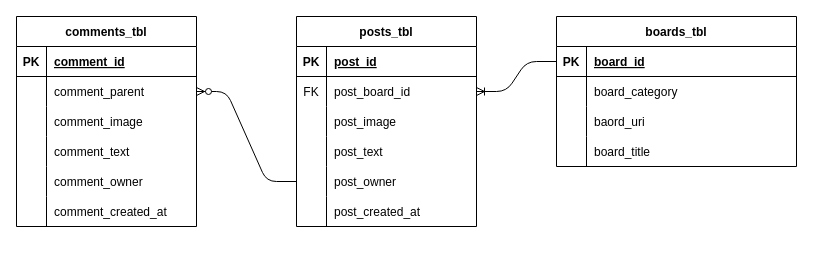
The draw.io diagram miscellaneous/database/er-model/zooei.drawio in castroitalo/zooei, before the edit. Source tidied: cells renumbered, new cells numbered last; positions are measured from the earlier drawing's top-left corner, leaving out a move shared by most shapes. Both pictures are drawn from the tidied source at 100%, with x=0, y=0 at pixel (16, 16).
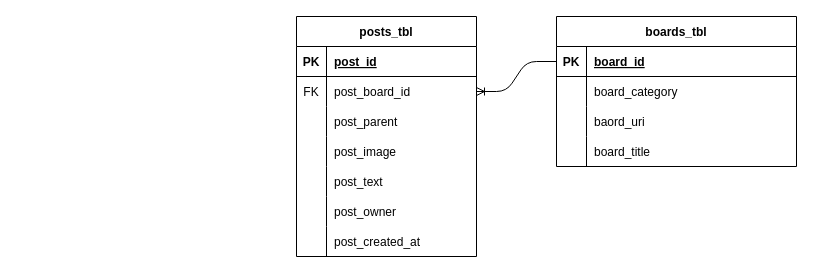
The same diagram, later.

Diff of the diagram source:
```diff
@@
     <mxCell id="15" value="posts_tbl" style="shape=table;startSize=30;childLayout=tableLayout;rowLines=0;fontStyle=1;align=center;" parent="1" vertex="1">
-      <mxGeometry x="280" width="180" height="210" as="geometry" />
+      <mxGeometry x="280" width="180" height="240" as="geometry" />
     </mxCell>
@@
+    <mxCell id="42" style="shape=tableRow;horizontal=0;startSize=0;swimlaneHead=0;swimlaneBody=0;fillColor=none;top=0;left=0;right=0;bottom=0;" parent="15" vertex="1">
+      <mxGeometry y="90" width="180" height="30" as="geometry" />
+    </mxCell>
+    <mxCell id="55" style="shape=partialRectangle;fillColor=none;top=0;left=0;bottom=0;right=0;overflow=hidden;" parent="42" vertex="1">
+      <mxGeometry width="30" height="30" as="geometry" />
+    </mxCell>
+    <mxCell id="56" value="post_parent" style="shape=partialRectangle;fillColor=none;top=0;left=0;bottom=0;right=0;align=left;spacingLeft=6;overflow=hidden;" parent="42" vertex="1">
+      <mxGeometry x="30" width="150" height="30" as="geometry" />
+    </mxCell>
     <mxCell id="22" style="shape=tableRow;horizontal=0;startSize=0;swimlaneHead=0;swimlaneBody=0;fillColor=none;top=0;left=0;right=0;bottom=0;" parent="15" vertex="1">
-      <mxGeometry y="90" width="180" height="30" as="geometry" />
+      <mxGeometry y="120" width="180" height="30" as="geometry" />
     </mxCell>
@@
     <mxCell id="25" style="shape=tableRow;horizontal=0;startSize=0;swimlaneHead=0;swimlaneBody=0;fillColor=none;top=0;left=0;right=0;bottom=0;" parent="15" vertex="1">
-      <mxGeometry y="120" width="180" height="30" as="geometry" />
+      <mxGeometry y="150" width="180" height="30" as="geometry" />
     </mxCell>
@@
     <mxCell id="28" style="shape=tableRow;horizontal=0;startSize=0;swimlaneHead=0;swimlaneBody=0;fillColor=none;points=[[0,0.5],[1,0.5]];portConstraint=eastwest;top=0;left=0;right=0;bottom=0;" parent="15" vertex="1">
-      <mxGeometry y="150" width="180" height="30" as="geometry" />
+      <mxGeometry y="180" width="180" height="30" as="geometry" />
     </mxCell>
@@
     <mxCell id="31" style="shape=tableRow;horizontal=0;startSize=0;swimlaneHead=0;swimlaneBody=0;fillColor=none;top=0;left=0;right=0;bottom=0;" parent="15" vertex="1">
-      <mxGeometry y="180" width="180" height="30" as="geometry" />
+      <mxGeometry y="210" width="180" height="30" as="geometry" />
     </mxCell>
@@
-    <mxCell id="35" value="comments_tbl" style="shape=table;startSize=30;childLayout=tableLayout;rowLines=0;fontStyle=1;align=center;" parent="1" vertex="1">
-      <mxGeometry width="180" height="210" as="geometry" />
-    </mxCell>
-    <mxCell id="36" style="shape=tableRow;horizontal=0;startSize=0;swimlaneHead=0;swimlaneBody=0;fillColor=none;top=0;left=0;right=0;bottom=1;" parent="35" vertex="1">
-      <mxGeometry y="30" width="180" height="30" as="geometry" />
-    </mxCell>
-    <mxCell id="37" value="PK" style="shape=partialRectangle;fillColor=none;top=0;left=0;bottom=0;right=0;fontStyle=1;overflow=hidden;" parent="36" vertex="1">
-      <mxGeometry width="30" height="30" as="geometry" />
-    </mxCell>
-    <mxCell id="38" value="comment_id" style="shape=partialRectangle;fillColor=none;top=0;left=0;bottom=0;right=0;align=left;spacingLeft=6;fontStyle=5;overflow=hidden;" parent="36" vertex="1">
-      <mxGeometry x="30" width="150" height="30" as="geometry" />
-    </mxCell>
-    <mxCell id="39" style="shape=tableRow;horizontal=0;startSize=0;swimlaneHead=0;swimlaneBody=0;fillColor=none;points=[[0,0.5],[1,0.5]];portConstraint=eastwest;top=0;left=0;right=0;bottom=0;" parent="35" vertex="1">
-      <mxGeometry y="60" width="180" height="30" as="geometry" />
-    </mxCell>
-    <mxCell id="40" style="shape=partialRectangle;fillColor=none;top=0;left=0;bottom=0;right=0;overflow=hidden;" parent="39" vertex="1">
-      <mxGeometry width="30" height="30" as="geometry" />
-    </mxCell>
-    <mxCell id="41" value="comment_parent" style="shape=partialRectangle;fillColor=none;top=0;left=0;bottom=0;right=0;align=left;spacingLeft=6;overflow=hidden;" parent="39" vertex="1">
-      <mxGeometry x="30" width="150" height="30" as="geometry" />
-    </mxCell>
-    <mxCell id="42" style="shape=tableRow;horizontal=0;startSize=0;swimlaneHead=0;swimlaneBody=0;fillColor=none;top=0;left=0;right=0;bottom=0;" parent="35" vertex="1">
-      <mxGeometry y="90" width="180" height="30" as="geometry" />
-    </mxCell>
-    <mxCell id="43" style="shape=partialRectangle;fillColor=none;top=0;left=0;bottom=0;right=0;overflow=hidden;" parent="42" vertex="1">
-      <mxGeometry width="30" height="30" as="geometry" />
-    </mxCell>
-    <mxCell id="44" value="comment_image" style="shape=partialRectangle;fillColor=none;top=0;left=0;bottom=0;right=0;align=left;spacingLeft=6;overflow=hidden;" parent="42" vertex="1">
-      <mxGeometry x="30" width="150" height="30" as="geometry" />
-    </mxCell>
-    <mxCell id="45" style="shape=tableRow;horizontal=0;startSize=0;swimlaneHead=0;swimlaneBody=0;fillColor=none;top=0;left=0;right=0;bottom=0;" parent="35" vertex="1">
-      <mxGeometry y="120" width="180" height="30" as="geometry" />
-    </mxCell>
-    <mxCell id="46" style="shape=partialRectangle;fillColor=none;top=0;left=0;bottom=0;right=0;overflow=hidden;" parent="45" vertex="1">
-      <mxGeometry width="30" height="30" as="geometry" />
-    </mxCell>
-    <mxCell id="47" value="comment_text" style="shape=partialRectangle;fillColor=none;top=0;left=0;bottom=0;right=0;align=left;spacingLeft=6;overflow=hidden;" parent="45" vertex="1">
-      <mxGeometry x="30" width="150" height="30" as="geometry" />
-    </mxCell>
-    <mxCell id="48" style="shape=tableRow;horizontal=0;startSize=0;swimlaneHead=0;swimlaneBody=0;fillColor=none;top=0;left=0;right=0;bottom=0;" parent="35" vertex="1">
-      <mxGeometry y="150" width="180" height="30" as="geometry" />
-    </mxCell>
-    <mxCell id="49" style="shape=partialRectangle;fillColor=none;top=0;left=0;bottom=0;right=0;overflow=hidden;" parent="48" vertex="1">
-      <mxGeometry width="30" height="30" as="geometry" />
-    </mxCell>
-    <mxCell id="50" value="comment_owner" style="shape=partialRectangle;fillColor=none;top=0;left=0;bottom=0;right=0;align=left;spacingLeft=6;overflow=hidden;" parent="48" vertex="1">
-      <mxGeometry x="30" width="150" height="30" as="geometry" />
-    </mxCell>
-    <mxCell id="51" style="shape=tableRow;horizontal=0;startSize=0;swimlaneHead=0;swimlaneBody=0;fillColor=none;top=0;left=0;right=0;bottom=0;" parent="35" vertex="1">
-      <mxGeometry y="180" width="180" height="30" as="geometry" />
-    </mxCell>
-    <mxCell id="52" style="shape=partialRectangle;fillColor=none;top=0;left=0;bottom=0;right=0;overflow=hidden;" parent="51" vertex="1">
-      <mxGeometry width="30" height="30" as="geometry" />
-    </mxCell>
-    <mxCell id="53" value="comment_created_at" style="shape=partialRectangle;fillColor=none;top=0;left=0;bottom=0;right=0;align=left;spacingLeft=6;overflow=hidden;" parent="51" vertex="1">
-      <mxGeometry x="30" width="150" height="30" as="geometry" />
-    </mxCell>
-    <mxCell id="54" style="edgeStyle=entityRelationEdgeStyle;fontSize=12;html=1;endArrow=ERzeroToMany;endFill=1;" parent="1" edge="1" source="28" target="39">
-      <mxGeometry relative="1" as="geometry" />
-    </mxCell>
```
